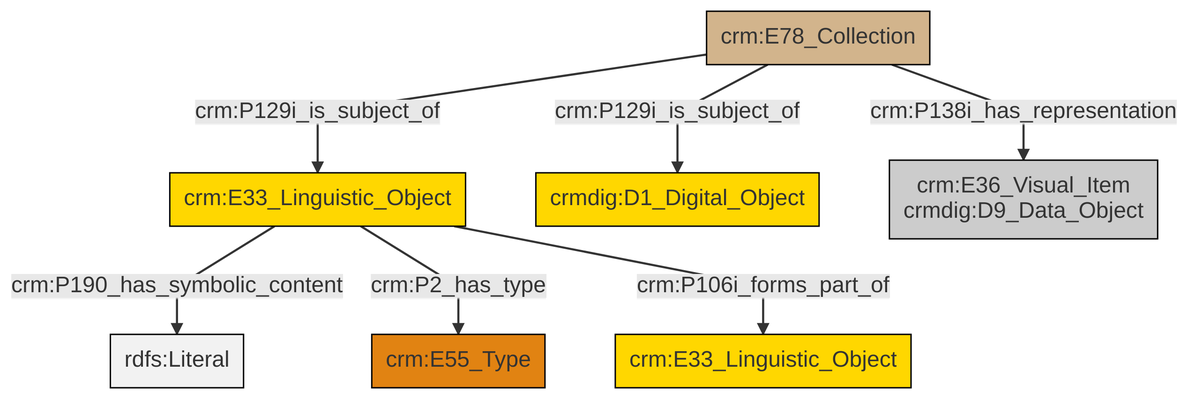
The Mermaid diagram et/archivalCSV/ttl/mmd/png/archival_docs.png in swiss-art-research-net/docs.swissartresearch, before a commit. Its source is kept beside it as et/archivalCSV/ttl/mmd/archival_docs.ttl.mmd.
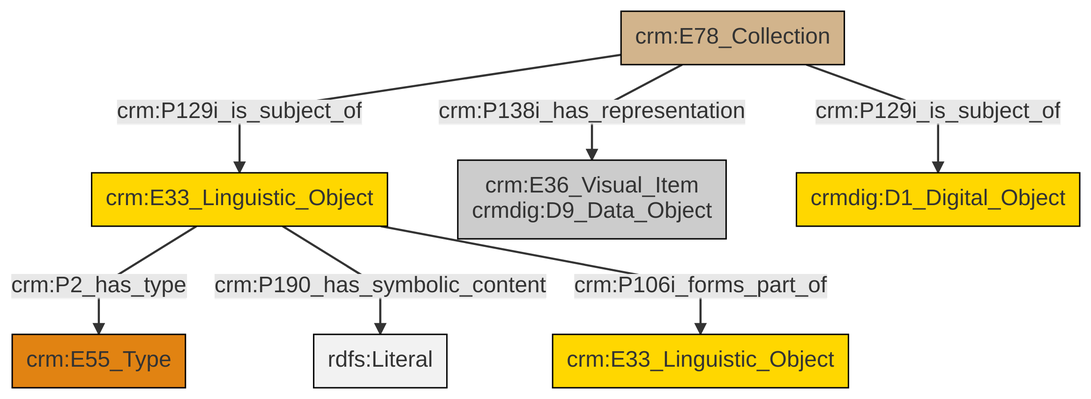
After the change.

The edit, as a diff of the source:
```diff
@@ -13,9 +13,9 @@
 classDef PC_Classes fill:#4ce600, stroke:#000000;
 classDef Multi fill:#cccccc,stroke:#000000;
 
-2["crm:E78_Collection"]:::Physical_Thing -->|crm:P129i_is_subject_of| 7["crmdig:D1_Digital_Object"]:::Conceptual_Object
-0["crm:E33_Linguistic_Object"]:::Conceptual_Object -->|crm:P190_has_symbolic_content| 14[rdfs:Literal]:::Literal
-0["crm:E33_Linguistic_Object"]:::Conceptual_Object -->|crm:P2_has_type| 4["crm:E55_Type"]:::Type
-2["crm:E78_Collection"]:::Physical_Thing -->|crm:P129i_is_subject_of| 0["crm:E33_Linguistic_Object"]:::Conceptual_Object
-0["crm:E33_Linguistic_Object"]:::Conceptual_Object -->|crm:P106i_forms_part_of| 9["crm:E33_Linguistic_Object"]:::Conceptual_Object
-2["crm:E78_Collection"]:::Physical_Thing -->|crm:P138i_has_representation| 11["crm:E36_Visual_Item<br>crmdig:D9_Data_Object"]:::Multi
+0["crm:E78_Collection"]:::Physical_Thing -->|crm:P129i_is_subject_of| 1["crm:E33_Linguistic_Object"]:::Conceptual_Object
+0["crm:E78_Collection"]:::Physical_Thing -->|crm:P129i_is_subject_of| 6["crmdig:D1_Digital_Object"]:::Conceptual_Object
+0["crm:E78_Collection"]:::Physical_Thing -->|crm:P138i_has_representation| 4["crm:E36_Visual_Item<br>crmdig:D9_Data_Object"]:::Multi
+1["crm:E33_Linguistic_Object"]:::Conceptual_Object -->|crm:P2_has_type| 2["crm:E55_Type"]:::Type
+1["crm:E33_Linguistic_Object"]:::Conceptual_Object -->|crm:P190_has_symbolic_content| 9[rdfs:Literal]:::Literal
+1["crm:E33_Linguistic_Object"]:::Conceptual_Object -->|crm:P106i_forms_part_of| 13["crm:E33_Linguistic_Object"]:::Conceptual_Object
```
